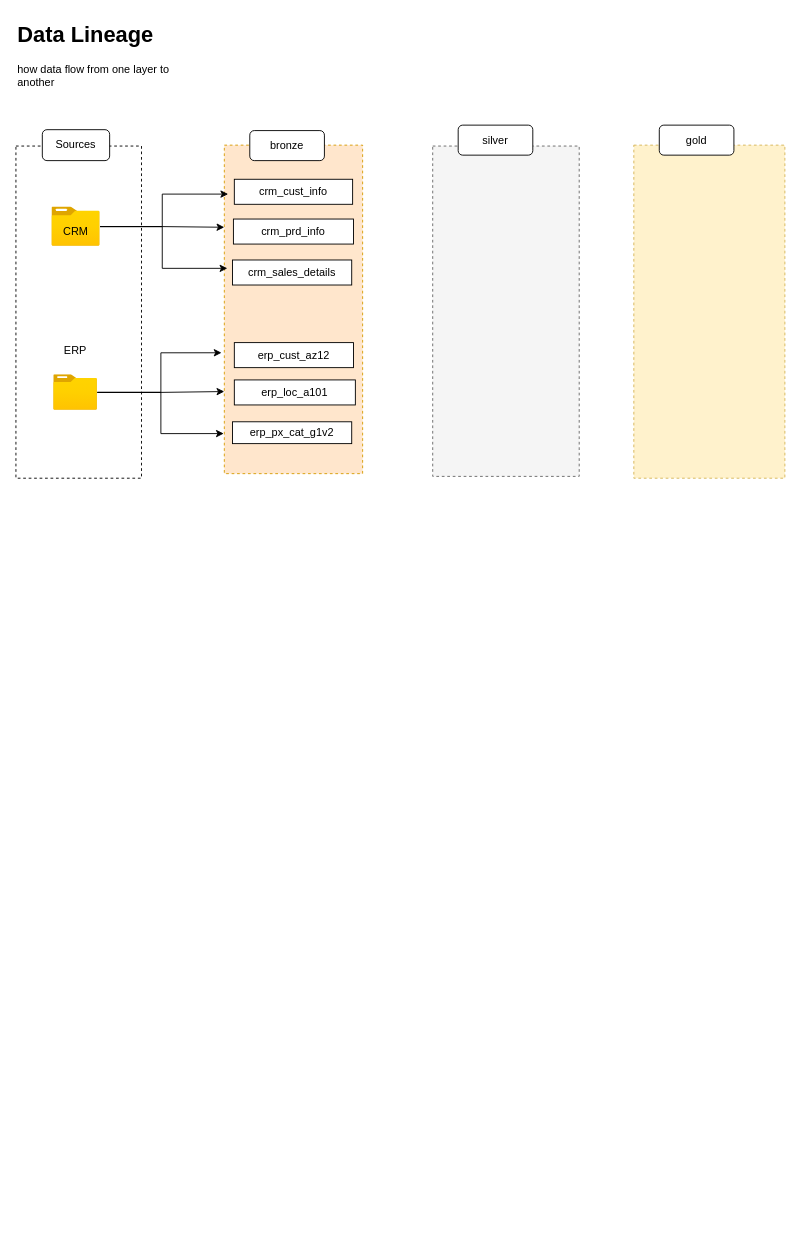
This is page "Page-2" (2 of 2) of Datawarehouse_Learn.drawio from iamajeet/datawarehouse, a draw.io file, before an edit. Source tidied: cells renumbered, new cells numbered last; positions are measured from the earlier drawing's top-left corner, leaving out a move shared by most shapes. Both pictures are drawn from the tidied source at 91%, with x=0, y=0 at pixel (15, 15).
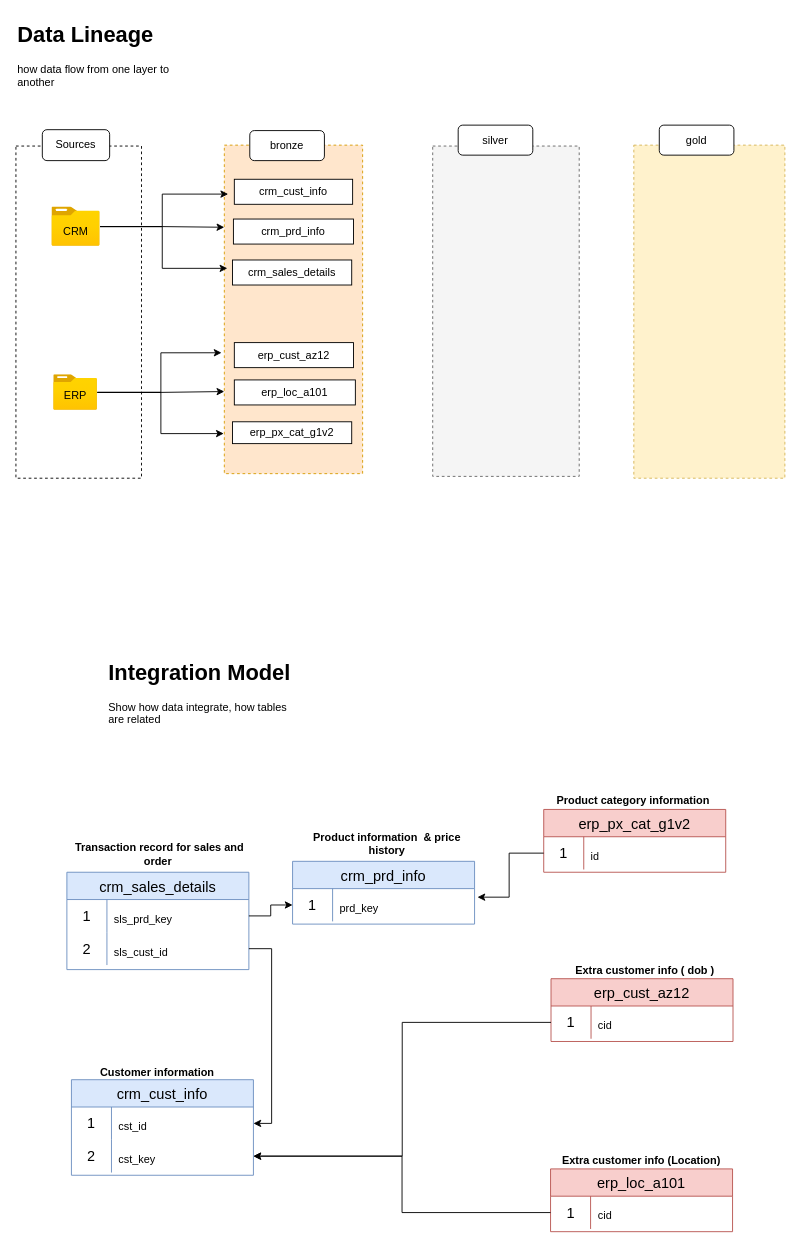
After the change.

Change to the diagram source:
```diff
@@
     <mxCell id="9" value="ERP" style="text;html=1;whiteSpace=wrap;strokeColor=none;fillColor=none;align=center;verticalAlign=middle;rounded=0;" parent="1" vertex="1">
-      <mxGeometry x="45.2" y="359" width="40.5" height="17" as="geometry" />
+      <mxGeometry x="45.2" y="408" width="40.5" height="17" as="geometry" />
     </mxCell>
@@
+    <mxCell id="27" value="&lt;h1 style=&quot;margin-top: 0px;&quot;&gt;&lt;span style=&quot;background-color: transparent; color: light-dark(rgb(0, 0, 0), rgb(255, 255, 255));&quot;&gt;Integration Model&lt;/span&gt;&lt;/h1&gt;&lt;div&gt;&lt;span style=&quot;background-color: transparent; color: light-dark(rgb(0, 0, 0), rgb(255, 255, 255));&quot;&gt;Show how data integrate, how tables are related&lt;/span&gt;&lt;/div&gt;" style="text;html=1;whiteSpace=wrap;overflow=hidden;rounded=0;" parent="1" vertex="1">
+      <mxGeometry x="100" y="701" width="207" height="115" as="geometry" />
+    </mxCell>
+    <mxCell id="28" value="crm_cust_info" style="shape=table;startSize=30;childLayout=tableLayout;rowLines=0;fontStyle=0;strokeColor=#6c8ebf;fontSize=16;fillColor=#dae8fc;" parent="1" vertex="1">
+      <mxGeometry x="61" y="1169" width="200" height="105" as="geometry" />
+    </mxCell>
+    <mxCell id="29" style="shape=tableRow;horizontal=0;startSize=0;swimlaneHead=0;swimlaneBody=0;top=0;left=0;bottom=0;right=0;fillColor=none;points=[[0,0.5],[1,0.5]];portConstraint=eastwest;strokeColor=inherit;fontSize=16;" parent="28" vertex="1">
+      <mxGeometry y="30" width="200" height="36" as="geometry" />
+    </mxCell>
+    <mxCell id="30" value="1" style="shape=partialRectangle;html=1;whiteSpace=wrap;fillColor=none;top=0;left=0;bottom=0;right=0;overflow=hidden;strokeColor=inherit;fontSize=16;" parent="29" vertex="1">
+      <mxGeometry width="44" height="36" as="geometry" />
+    </mxCell>
+    <mxCell id="31" value="&lt;pre style=&quot;font-family: &amp;quot;Cascadia Mono&amp;quot;; font-size: 9pt;&quot;&gt;cst_id&lt;/pre&gt;" style="shape=partialRectangle;html=1;whiteSpace=wrap;fillColor=none;top=0;left=0;bottom=0;right=0;align=left;spacingLeft=6;overflow=hidden;strokeColor=inherit;fontSize=16;" parent="29" vertex="1">
+      <mxGeometry x="44" width="156" height="36" as="geometry" />
+    </mxCell>
+    <mxCell id="32" style="shape=tableRow;horizontal=0;startSize=0;swimlaneHead=0;swimlaneBody=0;top=0;left=0;bottom=0;right=0;fillColor=none;points=[[0,0.5],[1,0.5]];portConstraint=eastwest;strokeColor=inherit;fontSize=16;" parent="28" vertex="1">
+      <mxGeometry y="66" width="200" height="36" as="geometry" />
+    </mxCell>
+    <mxCell id="33" value="2" style="shape=partialRectangle;html=1;whiteSpace=wrap;fillColor=none;top=0;left=0;bottom=0;right=0;overflow=hidden;strokeColor=inherit;fontSize=16;" parent="32" vertex="1">
+      <mxGeometry width="44" height="36" as="geometry" />
+    </mxCell>
+    <mxCell id="34" value="&lt;pre style=&quot;font-family: &amp;quot;Cascadia Mono&amp;quot;; font-size: 9pt;&quot;&gt;cst_key&lt;/pre&gt;" style="shape=partialRectangle;html=1;whiteSpace=wrap;fillColor=none;top=0;left=0;bottom=0;right=0;align=left;spacingLeft=6;overflow=hidden;strokeColor=inherit;fontSize=16;" parent="32" vertex="1">
+      <mxGeometry x="44" width="156" height="36" as="geometry" />
+    </mxCell>
+    <mxCell id="35" value="Customer information" style="text;html=1;whiteSpace=wrap;strokeColor=none;fillColor=none;align=center;verticalAlign=middle;rounded=0;fontStyle=1;" parent="1" vertex="1">
+      <mxGeometry x="57" y="1152" width="197" height="17" as="geometry" />
+    </mxCell>
+    <mxCell id="36" value="crm_prd_info" style="shape=table;startSize=30;childLayout=tableLayout;rowLines=0;fontStyle=0;strokeColor=#6c8ebf;fontSize=16;fillColor=#dae8fc;" parent="1" vertex="1">
+      <mxGeometry x="304" y="929" width="200" height="69" as="geometry" />
+    </mxCell>
+    <mxCell id="37" style="shape=tableRow;horizontal=0;startSize=0;swimlaneHead=0;swimlaneBody=0;top=0;left=0;bottom=0;right=0;fillColor=none;points=[[0,0.5],[1,0.5]];portConstraint=eastwest;strokeColor=inherit;fontSize=16;" parent="36" vertex="1">
+      <mxGeometry y="30" width="200" height="36" as="geometry" />
+    </mxCell>
+    <mxCell id="38" value="1" style="shape=partialRectangle;html=1;whiteSpace=wrap;fillColor=none;top=0;left=0;bottom=0;right=0;overflow=hidden;strokeColor=inherit;fontSize=16;" parent="37" vertex="1">
+      <mxGeometry width="44" height="36" as="geometry" />
+    </mxCell>
+    <mxCell id="39" value="&lt;pre style=&quot;font-family: &amp;quot;Cascadia Mono&amp;quot;; font-size: 9pt;&quot;&gt;prd_key&lt;/pre&gt;" style="shape=partialRectangle;html=1;whiteSpace=wrap;fillColor=none;top=0;left=0;bottom=0;right=0;align=left;spacingLeft=6;overflow=hidden;strokeColor=inherit;fontSize=16;" parent="37" vertex="1">
+      <mxGeometry x="44" width="156" height="36" as="geometry" />
+    </mxCell>
+    <mxCell id="40" value="Product information&amp;nbsp; &amp;amp; price history" style="text;html=1;whiteSpace=wrap;strokeColor=none;fillColor=none;align=center;verticalAlign=middle;rounded=0;fontStyle=1;" parent="1" vertex="1">
+      <mxGeometry x="306" y="896" width="204" height="27" as="geometry" />
+    </mxCell>
+    <mxCell id="41" value="crm_sales_details" style="shape=table;startSize=30;childLayout=tableLayout;rowLines=0;fontStyle=0;strokeColor=#6c8ebf;fontSize=16;fillColor=#dae8fc;" parent="1" vertex="1">
+      <mxGeometry x="56" y="941" width="200" height="107" as="geometry" />
+    </mxCell>
+    <mxCell id="42" style="shape=tableRow;horizontal=0;startSize=0;swimlaneHead=0;swimlaneBody=0;top=0;left=0;bottom=0;right=0;fillColor=none;points=[[0,0.5],[1,0.5]];portConstraint=eastwest;strokeColor=inherit;fontSize=16;" parent="41" vertex="1">
+      <mxGeometry y="30" width="200" height="36" as="geometry" />
+    </mxCell>
+    <mxCell id="43" value="1" style="shape=partialRectangle;html=1;whiteSpace=wrap;fillColor=none;top=0;left=0;bottom=0;right=0;overflow=hidden;strokeColor=inherit;fontSize=16;" parent="42" vertex="1">
+      <mxGeometry width="44" height="36" as="geometry" />
+    </mxCell>
+    <mxCell id="44" value="&lt;pre style=&quot;font-family: &amp;quot;Cascadia Mono&amp;quot;; font-size: 9pt;&quot;&gt;sls_prd_key&lt;/pre&gt;" style="shape=partialRectangle;html=1;whiteSpace=wrap;fillColor=none;top=0;left=0;bottom=0;right=0;align=left;spacingLeft=6;overflow=hidden;strokeColor=inherit;fontSize=16;" parent="42" vertex="1">
+      <mxGeometry x="44" width="156" height="36" as="geometry" />
+    </mxCell>
+    <mxCell id="45" style="shape=tableRow;horizontal=0;startSize=0;swimlaneHead=0;swimlaneBody=0;top=0;left=0;bottom=0;right=0;fillColor=none;points=[[0,0.5],[1,0.5]];portConstraint=eastwest;strokeColor=inherit;fontSize=16;" parent="41" vertex="1">
+      <mxGeometry y="66" width="200" height="36" as="geometry" />
+    </mxCell>
+    <mxCell id="46" value="2" style="shape=partialRectangle;html=1;whiteSpace=wrap;fillColor=none;top=0;left=0;bottom=0;right=0;overflow=hidden;strokeColor=inherit;fontSize=16;" parent="45" vertex="1">
+      <mxGeometry width="44" height="36" as="geometry" />
+    </mxCell>
+    <mxCell id="47" value="&lt;pre style=&quot;font-family: &amp;quot;Cascadia Mono&amp;quot;; font-size: 9pt;&quot;&gt;sls_cust_id&lt;/pre&gt;" style="shape=partialRectangle;html=1;whiteSpace=wrap;fillColor=none;top=0;left=0;bottom=0;right=0;align=left;spacingLeft=6;overflow=hidden;strokeColor=inherit;fontSize=16;" parent="45" vertex="1">
+      <mxGeometry x="44" width="156" height="36" as="geometry" />
+    </mxCell>
+    <mxCell id="48" value="Transaction record for sales and order&amp;nbsp;" style="text;html=1;whiteSpace=wrap;strokeColor=none;fillColor=none;align=center;verticalAlign=middle;rounded=0;fontStyle=1;" parent="1" vertex="1">
+      <mxGeometry x="57" y="906" width="202" height="29" as="geometry" />
+    </mxCell>
+    <mxCell id="49" style="edgeStyle=orthogonalEdgeStyle;rounded=0;jettySize=auto;html=1;entryX=0;entryY=0.5;entryDx=0;entryDy=0;" parent="1" edge="1" source="42" target="37">
+      <mxGeometry relative="1" as="geometry" />
+    </mxCell>
+    <mxCell id="50" value="erp_cust_az12" style="shape=table;startSize=30;childLayout=tableLayout;rowLines=0;fontStyle=0;strokeColor=#b85450;fontSize=16;fillColor=#f8cecc;" parent="1" vertex="1">
+      <mxGeometry x="588" y="1058" width="200" height="69" as="geometry" />
+    </mxCell>
+    <mxCell id="51" style="shape=tableRow;horizontal=0;startSize=0;swimlaneHead=0;swimlaneBody=0;top=0;left=0;bottom=0;right=0;fillColor=none;points=[[0,0.5],[1,0.5]];portConstraint=eastwest;strokeColor=inherit;fontSize=16;" parent="50" vertex="1">
+      <mxGeometry y="30" width="200" height="36" as="geometry" />
+    </mxCell>
+    <mxCell id="52" value="1" style="shape=partialRectangle;html=1;whiteSpace=wrap;fillColor=none;top=0;left=0;bottom=0;right=0;overflow=hidden;strokeColor=inherit;fontSize=16;" parent="51" vertex="1">
+      <mxGeometry width="44" height="36" as="geometry" />
+    </mxCell>
+    <mxCell id="53" value="&lt;pre style=&quot;font-family: &amp;quot;Cascadia Mono&amp;quot;; font-size: 9pt;&quot;&gt;cid&lt;/pre&gt;" style="shape=partialRectangle;html=1;whiteSpace=wrap;fillColor=none;top=0;left=0;bottom=0;right=0;align=left;spacingLeft=6;overflow=hidden;strokeColor=inherit;fontSize=16;" parent="51" vertex="1">
+      <mxGeometry x="44" width="156" height="36" as="geometry" />
+    </mxCell>
+    <mxCell id="54" value="Extra customer info ( dob )" style="text;html=1;whiteSpace=wrap;strokeColor=none;fillColor=none;align=center;verticalAlign=middle;rounded=0;fontStyle=1;" parent="1" vertex="1">
+      <mxGeometry x="590" y="1039" width="203" height="19" as="geometry" />
+    </mxCell>
+    <mxCell id="55" value="erp_loc_a101" style="shape=table;startSize=30;childLayout=tableLayout;rowLines=0;fontStyle=0;strokeColor=#b85450;fontSize=16;fillColor=#f8cecc;" parent="1" vertex="1">
+      <mxGeometry x="587.5" y="1267" width="200" height="69" as="geometry" />
+    </mxCell>
+    <mxCell id="56" style="shape=tableRow;horizontal=0;startSize=0;swimlaneHead=0;swimlaneBody=0;top=0;left=0;bottom=0;right=0;fillColor=none;points=[[0,0.5],[1,0.5]];portConstraint=eastwest;strokeColor=inherit;fontSize=16;" parent="55" vertex="1">
+      <mxGeometry y="30" width="200" height="36" as="geometry" />
+    </mxCell>
+    <mxCell id="57" value="1" style="shape=partialRectangle;html=1;whiteSpace=wrap;fillColor=none;top=0;left=0;bottom=0;right=0;overflow=hidden;strokeColor=inherit;fontSize=16;" parent="56" vertex="1">
+      <mxGeometry width="44" height="36" as="geometry" />
+    </mxCell>
+    <mxCell id="58" value="&lt;pre style=&quot;font-family: &amp;quot;Cascadia Mono&amp;quot;; font-size: 9pt;&quot;&gt;cid&lt;/pre&gt;" style="shape=partialRectangle;html=1;whiteSpace=wrap;fillColor=none;top=0;left=0;bottom=0;right=0;align=left;spacingLeft=6;overflow=hidden;strokeColor=inherit;fontSize=16;" parent="56" vertex="1">
+      <mxGeometry x="44" width="156" height="36" as="geometry" />
+    </mxCell>
+    <mxCell id="59" value="Extra customer info (Location)" style="text;html=1;whiteSpace=wrap;strokeColor=none;fillColor=none;align=center;verticalAlign=middle;rounded=0;fontStyle=1;" parent="1" vertex="1">
+      <mxGeometry x="586" y="1248" width="203" height="19" as="geometry" />
+    </mxCell>
+    <mxCell id="60" value="erp_px_cat_g1v2" style="shape=table;startSize=30;childLayout=tableLayout;rowLines=0;fontStyle=0;strokeColor=#b85450;fontSize=16;fillColor=#f8cecc;" parent="1" vertex="1">
+      <mxGeometry x="580" y="872" width="200" height="69" as="geometry" />
+    </mxCell>
+    <mxCell id="61" style="shape=tableRow;horizontal=0;startSize=0;swimlaneHead=0;swimlaneBody=0;top=0;left=0;bottom=0;right=0;fillColor=none;points=[[0,0.5],[1,0.5]];portConstraint=eastwest;strokeColor=inherit;fontSize=16;" parent="60" vertex="1">
+      <mxGeometry y="30" width="200" height="36" as="geometry" />
+    </mxCell>
+    <mxCell id="62" value="1" style="shape=partialRectangle;html=1;whiteSpace=wrap;fillColor=none;top=0;left=0;bottom=0;right=0;overflow=hidden;strokeColor=inherit;fontSize=16;" parent="61" vertex="1">
+      <mxGeometry width="44" height="36" as="geometry" />
+    </mxCell>
+    <mxCell id="63" value="&lt;pre style=&quot;font-family: &amp;quot;Cascadia Mono&amp;quot;; font-size: 9pt;&quot;&gt;id&lt;/pre&gt;" style="shape=partialRectangle;html=1;whiteSpace=wrap;fillColor=none;top=0;left=0;bottom=0;right=0;align=left;spacingLeft=6;overflow=hidden;strokeColor=inherit;fontSize=16;" parent="61" vertex="1">
+      <mxGeometry x="44" width="156" height="36" as="geometry" />
+    </mxCell>
+    <mxCell id="64" value="Product category information" style="text;html=1;whiteSpace=wrap;strokeColor=none;fillColor=none;align=center;verticalAlign=middle;rounded=0;fontStyle=1;" parent="1" vertex="1">
+      <mxGeometry x="577" y="853" width="203" height="19" as="geometry" />
+    </mxCell>
+    <mxCell id="65" style="edgeStyle=orthogonalEdgeStyle;rounded=0;jettySize=auto;html=1;entryX=1.016;entryY=0.261;entryDx=0;entryDy=0;entryPerimeter=0;" parent="1" edge="1" source="61" target="37">
+      <mxGeometry relative="1" as="geometry" />
+    </mxCell>
+    <mxCell id="66" style="edgeStyle=orthogonalEdgeStyle;rounded=0;jettySize=auto;html=1;entryX=1;entryY=0.5;entryDx=0;entryDy=0;" parent="1" edge="1" source="51" target="32">
+      <mxGeometry relative="1" as="geometry" />
+    </mxCell>
+    <mxCell id="67" style="edgeStyle=orthogonalEdgeStyle;rounded=0;jettySize=auto;html=1;entryX=1;entryY=0.5;entryDx=0;entryDy=0;" parent="1" edge="1" source="56" target="32">
+      <mxGeometry relative="1" as="geometry" />
+    </mxCell>
+    <mxCell id="68" style="edgeStyle=orthogonalEdgeStyle;rounded=0;jettySize=auto;html=1;entryX=1;entryY=0.5;entryDx=0;entryDy=0;" parent="1" edge="1" source="45" target="29">
+      <mxGeometry relative="1" as="geometry" />
+    </mxCell>
```
